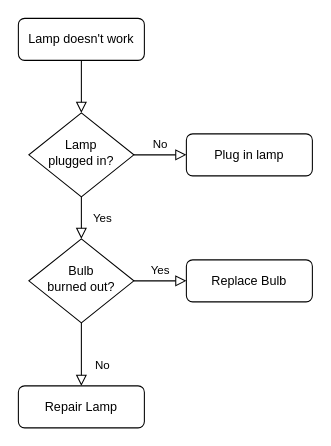
Earlier version of the draw.io diagram Main.drawio (Oleks0ir/sunlight). Source tidied: cells renumbered, new cells numbered last; positions are measured from the earlier drawing's top-left corner, leaving out a move shared by most shapes. Both pictures are drawn from the tidied source at 105%, with x=0, y=0 at pixel (18, 18).
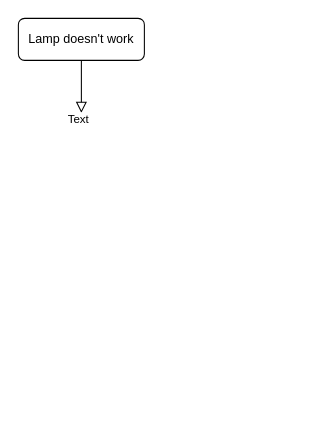
After the change.

Diff of the diagram source:
```diff
@@
 <mxGraphModel>
   <root>
     <mxCell id="0" />
     <mxCell id="1" parent="0" />
-    <mxCell id="2" style="rounded=0;html=1;jettySize=auto;fontSize=11;endArrow=block;endFill=0;endSize=8;strokeWidth=1;shadow=0;labelBackgroundColor=none;edgeStyle=orthogonalEdgeStyle;" parent="1" edge="1" source="3" target="6">
-      <mxGeometry relative="1" as="geometry" />
+    <mxCell id="2" style="rounded=0;html=1;jettySize=auto;fontSize=11;endArrow=block;endFill=0;endSize=8;strokeWidth=1;shadow=0;labelBackgroundColor=none;edgeStyle=orthogonalEdgeStyle;" parent="1" edge="1" source="3">
+      <mxGeometry relative="1" as="geometry">
+        <mxPoint x="60" y="90" as="targetPoint" />
+      </mxGeometry>
     </mxCell>
+    <mxCell id="13" value="Text" style="edgeLabel;html=1;align=center;verticalAlign=middle;" parent="2" vertex="1">
+      <mxGeometry x="1" y="-6" relative="1" as="geometry">
+        <mxPoint x="3" y="5" as="offset" />
+      </mxGeometry>
+    </mxCell>
     <mxCell id="3" value="Lamp doesn't work" style="rounded=1;whiteSpace=wrap;html=1;fontSize=12;glass=0;strokeWidth=1;shadow=0;" parent="1" vertex="1">
       <mxGeometry width="120" height="40" as="geometry" />
     </mxCell>
-    <mxCell id="4" value="Yes" style="rounded=0;html=1;jettySize=auto;fontSize=11;endArrow=block;endFill=0;endSize=8;strokeWidth=1;shadow=0;labelBackgroundColor=none;edgeStyle=orthogonalEdgeStyle;" parent="1" edge="1" source="6" target="10">
-      <mxGeometry y="20" relative="1" as="geometry" />
-    </mxCell>
-    <mxCell id="5" value="No" style="edgeStyle=orthogonalEdgeStyle;rounded=0;html=1;jettySize=auto;fontSize=11;endArrow=block;endFill=0;endSize=8;strokeWidth=1;shadow=0;labelBackgroundColor=none;" parent="1" edge="1" source="6" target="7">
-      <mxGeometry y="10" relative="1" as="geometry" />
-    </mxCell>
-    <mxCell id="6" value="Lamp&lt;br&gt;plugged in?" style="rhombus;whiteSpace=wrap;html=1;shadow=0;fontFamily=Helvetica;fontSize=12;align=center;strokeWidth=1;spacing=6;spacingTop=-4;" parent="1" vertex="1">
-      <mxGeometry x="10" y="90" width="100" height="80" as="geometry" />
-    </mxCell>
-    <mxCell id="7" value="Plug in lamp" style="rounded=1;whiteSpace=wrap;html=1;fontSize=12;glass=0;strokeWidth=1;shadow=0;" parent="1" vertex="1">
-      <mxGeometry x="160" y="110" width="120" height="40" as="geometry" />
-    </mxCell>
-    <mxCell id="8" value="No" style="rounded=0;html=1;jettySize=auto;fontSize=11;endArrow=block;endFill=0;endSize=8;strokeWidth=1;shadow=0;labelBackgroundColor=none;edgeStyle=orthogonalEdgeStyle;" parent="1" edge="1" source="10" target="11">
-      <mxGeometry x="0.33" y="20" relative="1" as="geometry" />
-    </mxCell>
-    <mxCell id="9" value="Yes" style="edgeStyle=orthogonalEdgeStyle;rounded=0;html=1;jettySize=auto;fontSize=11;endArrow=block;endFill=0;endSize=8;strokeWidth=1;shadow=0;labelBackgroundColor=none;" parent="1" edge="1" source="10" target="12">
-      <mxGeometry y="10" relative="1" as="geometry" />
-    </mxCell>
-    <mxCell id="10" value="Bulb&lt;br&gt;burned out?" style="rhombus;whiteSpace=wrap;html=1;shadow=0;fontFamily=Helvetica;fontSize=12;align=center;strokeWidth=1;spacing=6;spacingTop=-4;" parent="1" vertex="1">
-      <mxGeometry x="10" y="210" width="100" height="80" as="geometry" />
-    </mxCell>
-    <mxCell id="11" value="Repair Lamp" style="rounded=1;whiteSpace=wrap;html=1;fontSize=12;glass=0;strokeWidth=1;shadow=0;" parent="1" vertex="1">
-      <mxGeometry y="350" width="120" height="40" as="geometry" />
-    </mxCell>
-    <mxCell id="12" value="Replace Bulb" style="rounded=1;whiteSpace=wrap;html=1;fontSize=12;glass=0;strokeWidth=1;shadow=0;" parent="1" vertex="1">
-      <mxGeometry x="160" y="230" width="120" height="40" as="geometry" />
-    </mxCell>
   </root>
 </mxGraphModel>
```
